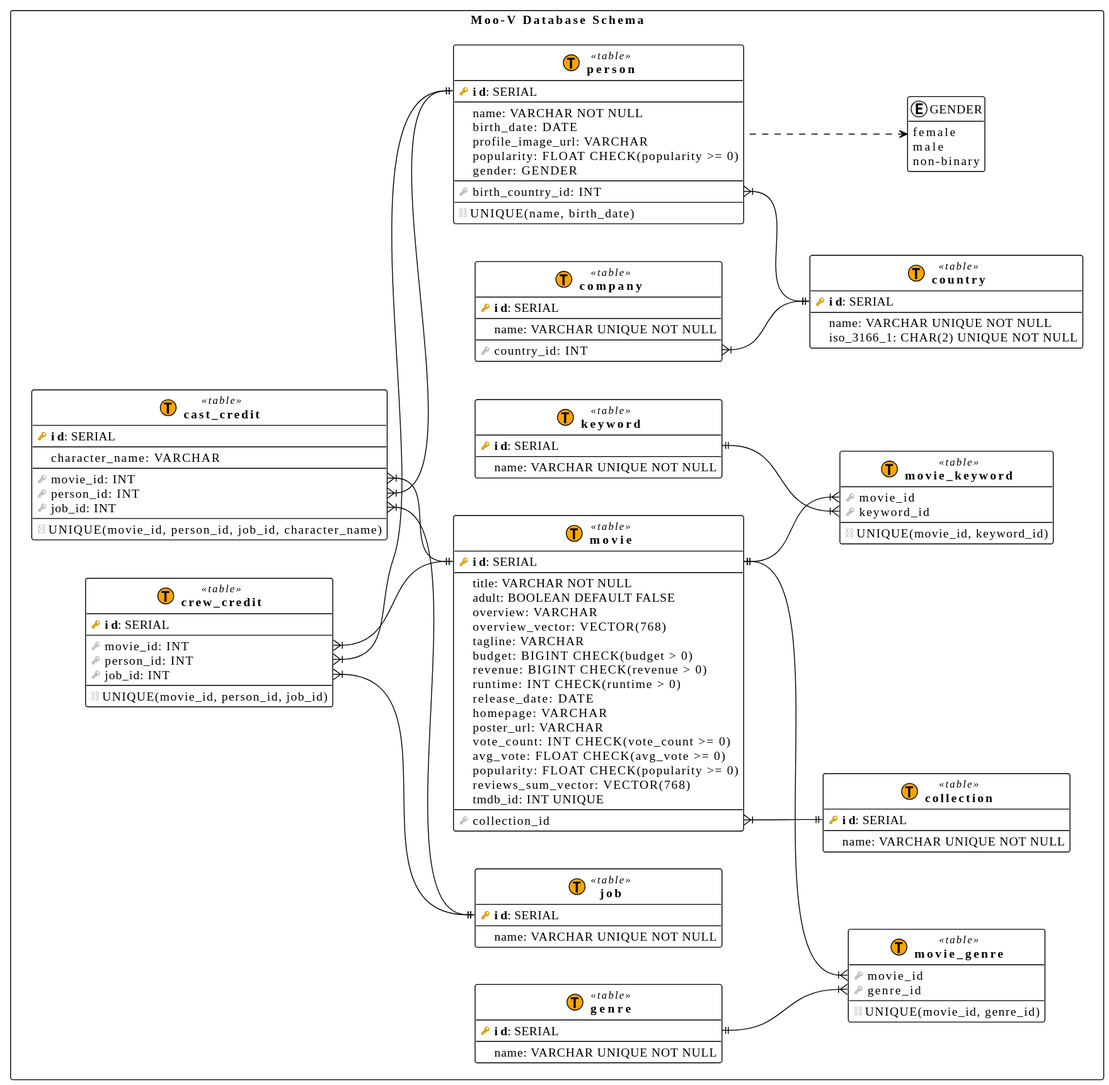
Earlier version of the PlantUML export migrations/schema/svg/V0.1.0__init.svg (Moo-V-project/database).
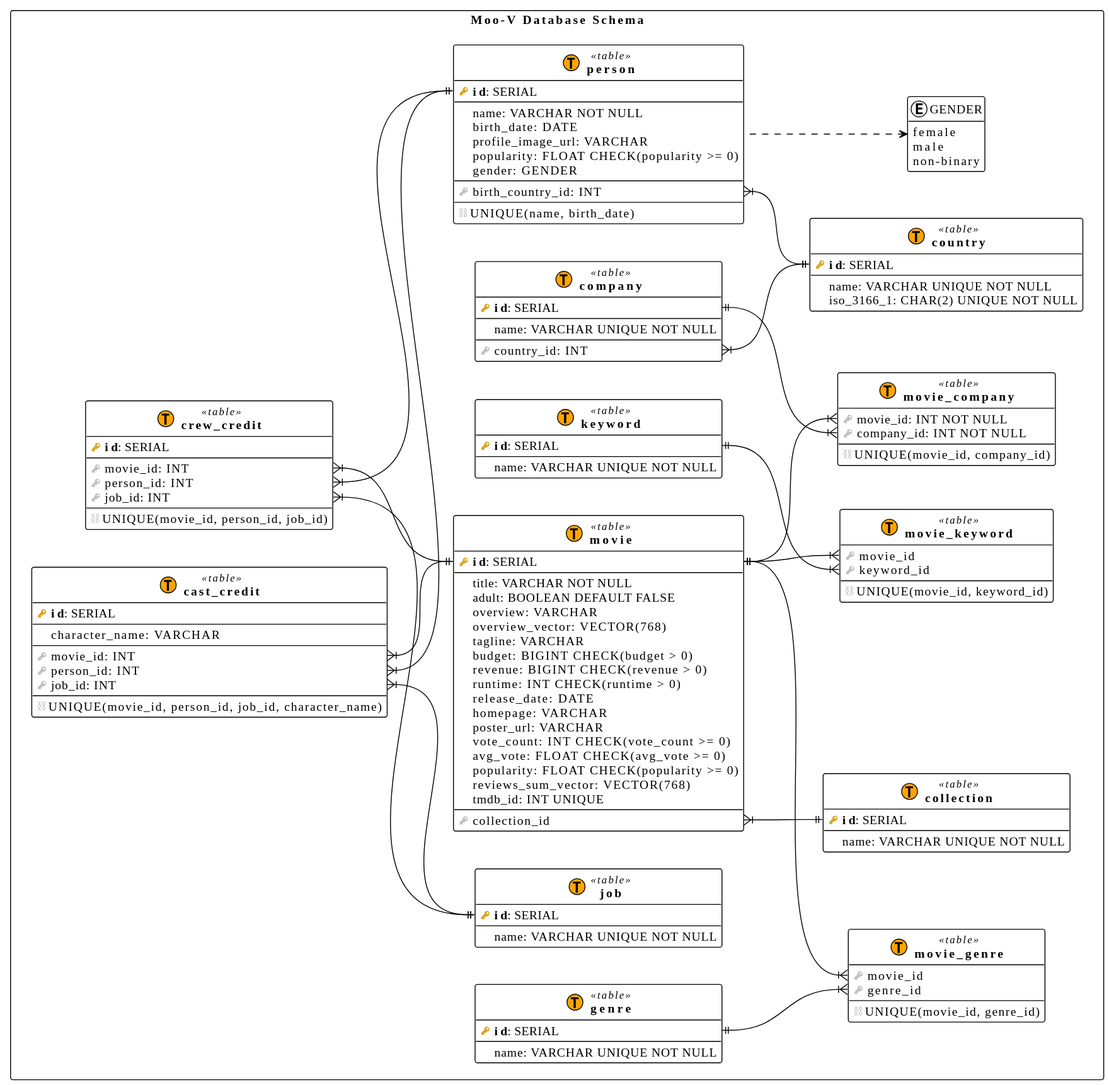
Later version of the same file.

Commit message:
db: schema: add movie-companies junction table

Diff of the diagram source:
```diff
@@ -108,6 +108,17 @@
 }
 
 
+$table(company, company) {
+	$pk(id): SERIAL
+	--
+	$column(name): VARCHAR UNIQUE NOT NULL
+	--
+	$fk(country_id): INT				/' Foreign key to country of origin '/
+}
+
+company::country_id }|--|| country::id
+
+
 enum GENDER {
 	female
 	male
@@ -166,14 +177,13 @@
 crew_credit::person_id }|--|| person::id
 crew_credit::job_id }|--|| job::id
 
-
-$table(company, company) {
-	$pk(id): SERIAL
+$table(movie_company, movie_company) {
+	$fk(movie_id): INT NOT NULL
+	$fk(company_id): INT NOT NULL
 	--
-	$column(name): VARCHAR UNIQUE NOT NULL
-	--
-	$fk(country_id): INT				/' Foreign key to country of origin '/
+	$constraint("UNIQUE(movie_id, company_id)")	/' Unique constraint to avoid duplicates '/
 }
 
-company::country_id }|--|| country::id
+movie::id ||--|{ movie_company::movie_id
+company::id ||--|{ movie_company::company_id
 @enduml
```
